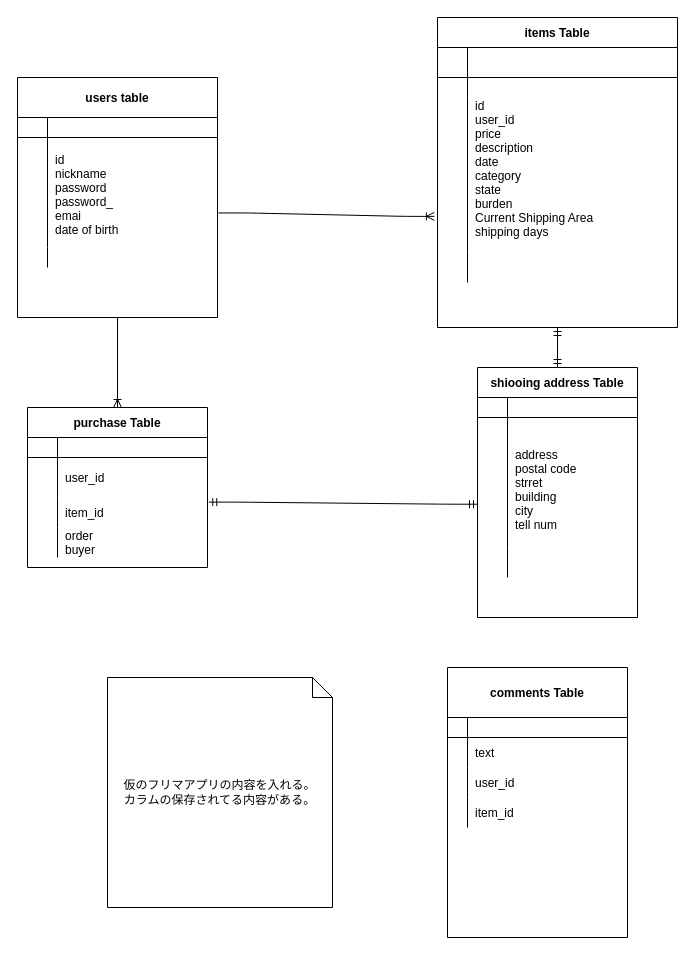
This is furima.dio from bboykenji0407/furima-34854, a draw.io file, before an edit. Source tidied: cells renumbered, new cells numbered last; positions are measured from the earlier drawing's top-left corner, leaving out a move shared by most shapes. Both pictures are drawn from the tidied source at 100%, with x=0, y=0 at pixel (17, 17).
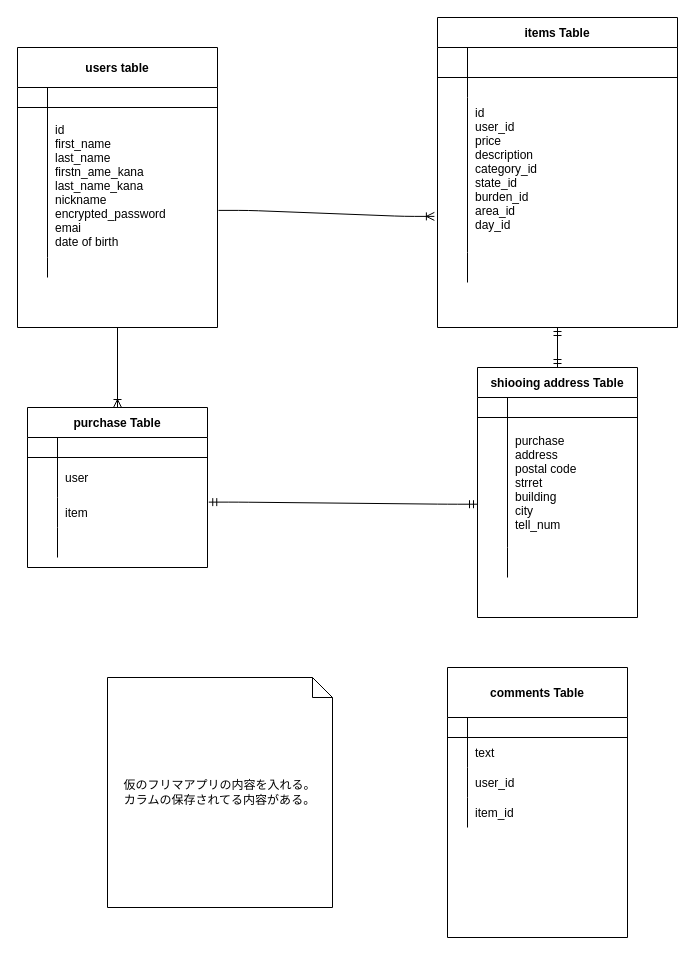
The same diagram, later.

Commit message (it also covers changes not shown here):
DB設計　再提出

Unchanged cells that the change refers to:
```xml
<mxCell id="19" style="shape=partialRectangle;fillColor=none;top=0;left=0;bottom=0;right=0;points=[[0,0.5],[1,0.5]];portConstraint=eastwest;" parent="12" vertex="1">
  <mxGeometry y="80" width="240" height="155" as="geometry" />
</mxCell>
<mxCell id="29" style="shape=partialRectangle;fillColor=none;top=0;left=0;bottom=0;right=0;points=[[0,0.5],[1,0.5]];portConstraint=eastwest;" parent="25" vertex="1">
  <mxGeometry y="50" width="160" height="130" as="geometry" />
</mxCell>
<mxCell id="53" style="shape=partialRectangle;fillColor=none;top=0;left=0;bottom=0;right=0;" parent="49" vertex="1">
  <mxGeometry y="50" width="180" height="40" as="geometry" />
</mxCell>
<mxCell id="56" style="shape=partialRectangle;fillColor=none;top=0;left=0;bottom=0;right=0;points=[[0,0.5],[1,0.5]];portConstraint=eastwest;" parent="49" vertex="1">
  <mxGeometry y="90" width="180" height="30" as="geometry" />
</mxCell>
<mxCell id="59" style="shape=partialRectangle;fillColor=none;top=0;left=0;bottom=0;right=0;" parent="49" vertex="1">
  <mxGeometry y="120" width="180" height="30" as="geometry" />
</mxCell>
```

What changed in the source:
```diff
@@
     <mxCell id="2" value="users table" style="shape=table;startSize=40;childLayout=tableLayout;rowLines=0;fontStyle=1;align=center;" parent="1" vertex="1">
-      <mxGeometry y="60" width="200" height="240" as="geometry" />
+      <mxGeometry y="30" width="200" height="280" as="geometry" />
     </mxCell>
@@
     <mxCell id="6" style="shape=partialRectangle;fillColor=none;top=0;left=0;bottom=0;right=0;points=[[0,0.5],[1,0.5]];portConstraint=eastwest;" parent="2" vertex="1">
-      <mxGeometry y="60" width="200" height="110" as="geometry" />
+      <mxGeometry y="60" width="200" height="150" as="geometry" />
     </mxCell>
     <mxCell id="7" style="shape=partialRectangle;fillColor=none;top=0;left=0;bottom=0;right=0;overflow=hidden;" parent="6" vertex="1">
-      <mxGeometry width="30" height="110" as="geometry" />
+      <mxGeometry width="30" height="150" as="geometry" />
     </mxCell>
-    <mxCell id="8" value="&#10;id&#10;nickname&#10;password&#10;password_&#10;emai&#10;date of birth&#10;&#10;" style="shape=partialRectangle;fillColor=none;top=0;left=0;bottom=0;right=0;align=left;spacingLeft=6;overflow=hidden;" parent="6" vertex="1">
-      <mxGeometry x="30" width="170" height="110" as="geometry" />
+    <mxCell id="8" value="&#10;id&#10;first_name&#10;last_name&#10;firstn_ame_kana&#10;last_name_kana&#10;nickname&#10;encrypted_password&#10;emai&#10;date of birth&#10;&#10;" style="shape=partialRectangle;fillColor=none;top=0;left=0;bottom=0;right=0;align=left;spacingLeft=6;overflow=hidden;" parent="6" vertex="1">
+      <mxGeometry x="30" width="170" height="150" as="geometry" />
     </mxCell>
     <mxCell id="9" style="shape=partialRectangle;fillColor=none;top=0;left=0;bottom=0;right=0;" parent="2" vertex="1">
-      <mxGeometry y="170" width="200" height="20" as="geometry" />
+      <mxGeometry y="210" width="200" height="20" as="geometry" />
     </mxCell>
@@
-    <mxCell id="21" value="id&#10;user_id&#10;price&#10;description&#10;date&#10;category&#10;state&#10;burden&#10;Current Shipping Area&#10;shipping days&#10;" style="shape=partialRectangle;fillColor=none;top=0;left=0;bottom=0;right=0;align=left;spacingLeft=6;overflow=hidden;" parent="19" vertex="1">
+    <mxCell id="21" value="id&#10;user_id&#10;price&#10;description&#10;category_id&#10;state_id&#10;burden_id&#10;area_id&#10;day_id&#10;" style="shape=partialRectangle;fillColor=none;top=0;left=0;bottom=0;right=0;align=left;spacingLeft=6;overflow=hidden;" parent="19" vertex="1">
       <mxGeometry x="30" width="210" height="155" as="geometry" />
     </mxCell>
@@
-    <mxCell id="31" value="&#10;address&#10;postal code&#10;strret&#10;building&#10;city&#10;tell num " style="shape=partialRectangle;fillColor=none;top=0;left=0;bottom=0;right=0;align=left;spacingLeft=6;overflow=hidden;" parent="29" vertex="1">
+    <mxCell id="31" value="purchase&#10;address&#10;postal code&#10;strret&#10;building&#10;city&#10;tell_num " style="shape=partialRectangle;fillColor=none;top=0;left=0;bottom=0;right=0;align=left;spacingLeft=6;overflow=hidden;" parent="29" vertex="1">
       <mxGeometry x="30" width="130" height="130" as="geometry" />
     </mxCell>
@@
-    <mxCell id="55" value="user_id" style="shape=partialRectangle;fillColor=none;top=0;left=0;bottom=0;right=0;align=left;spacingLeft=6;overflow=hidden;" parent="53" vertex="1">
+    <mxCell id="55" value="user" style="shape=partialRectangle;fillColor=none;top=0;left=0;bottom=0;right=0;align=left;spacingLeft=6;overflow=hidden;" parent="53" vertex="1">
       <mxGeometry x="30" width="150" height="40" as="geometry" />
     </mxCell>
@@
-    <mxCell id="58" value="item_id" style="shape=partialRectangle;fillColor=none;top=0;left=0;bottom=0;right=0;align=left;spacingLeft=6;overflow=hidden;" parent="56" vertex="1">
+    <mxCell id="58" value="item" style="shape=partialRectangle;fillColor=none;top=0;left=0;bottom=0;right=0;align=left;spacingLeft=6;overflow=hidden;" parent="56" vertex="1">
       <mxGeometry x="30" width="150" height="30" as="geometry" />
     </mxCell>
@@
-    <mxCell id="61" value="order&#10;buyer" style="shape=partialRectangle;fillColor=none;top=0;left=0;bottom=0;right=0;align=left;spacingLeft=6;overflow=hidden;" parent="59" vertex="1">
+    <mxCell id="61" style="shape=partialRectangle;fillColor=none;top=0;left=0;bottom=0;right=0;align=left;spacingLeft=6;overflow=hidden;" parent="59" vertex="1">
       <mxGeometry x="30" width="150" height="30" as="geometry" />
     </mxCell>
```
